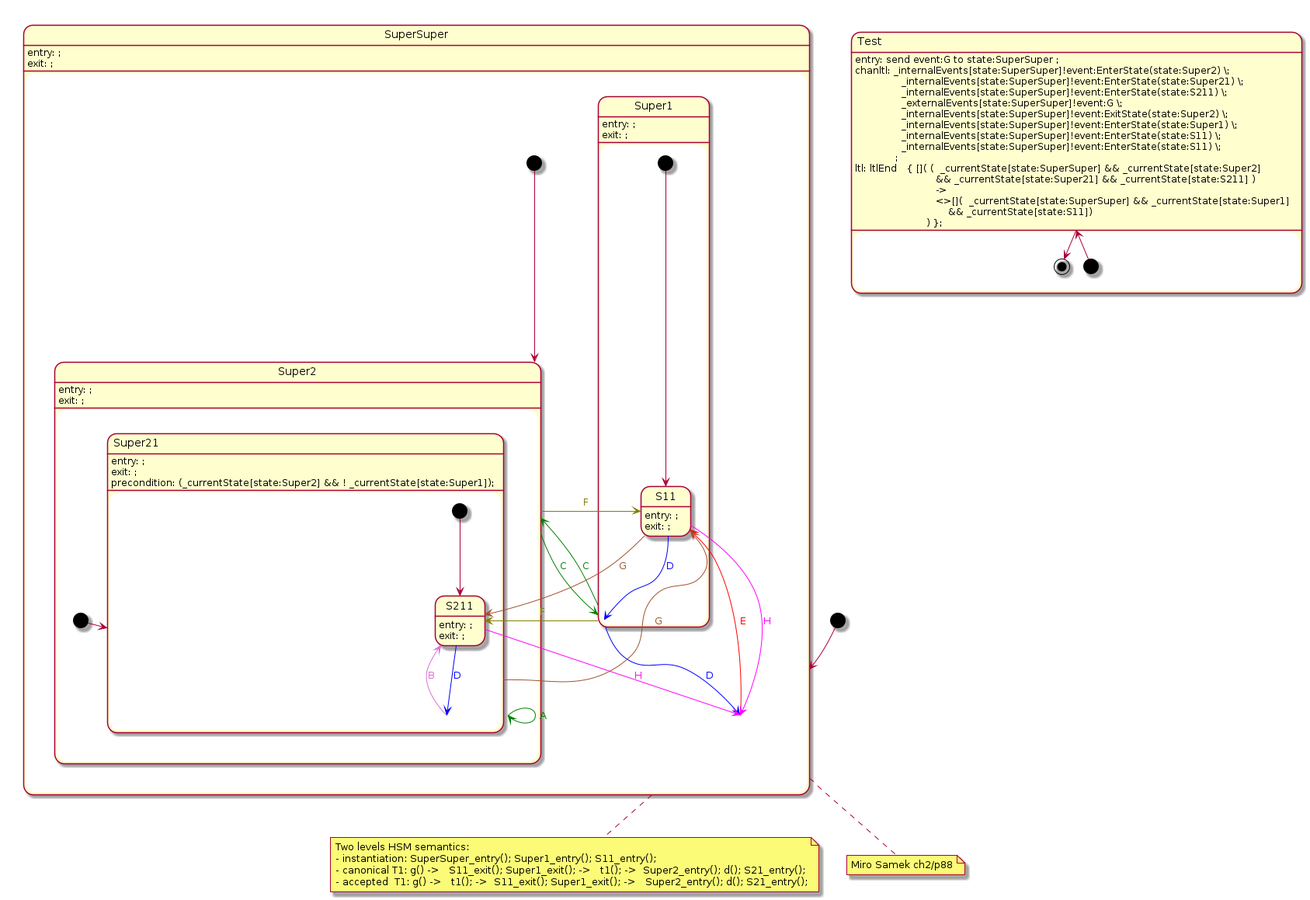
Above: plantuml/hsm/samek-g.png in melintea/upml (PlantUML), before the change. Its source is kept beside it as plantuml/hsm/samek-g.plantuml.
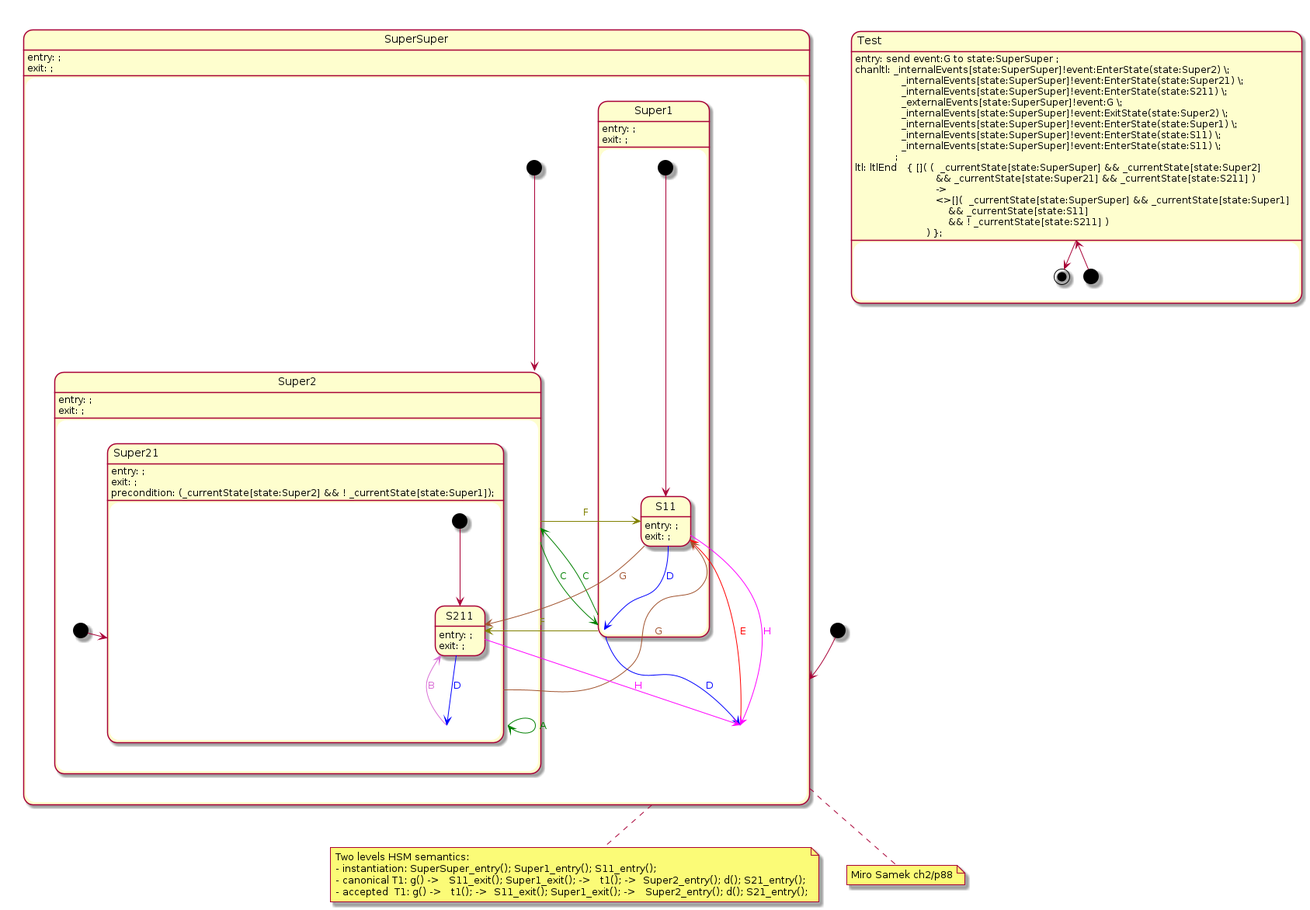
After the change.

Change to the diagram source:
```diff
@@ -84,8 +84,9 @@
                           && _currentState[state:Super21] && _currentState[state:S211] ) \n\
 			  -> \n\
                           <>[](  _currentState[state:SuperSuper] && _currentState[state:Super1] \n\
-                              && _currentState[state:S11]) \n\
-		       ) };
+                              && _currentState[state:S11] \n\
+                              && ! _currentState[state:S211] ) \n\
+		        ) };
 }
 
 @enduml
```
